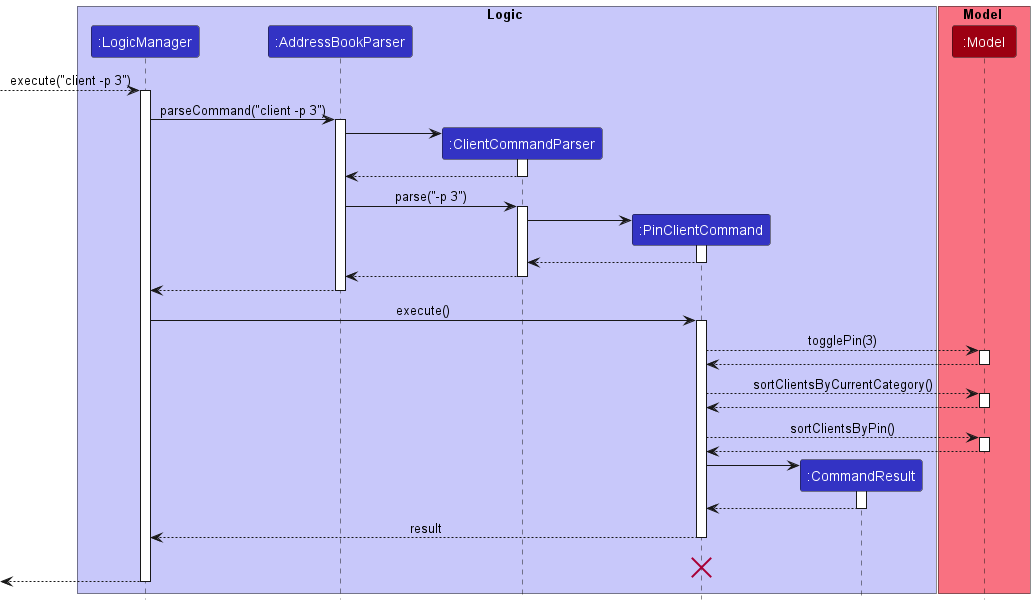
This is docs/images/PinSequenceDiagram.png from nus-cs2103-AY2223S1/tp, a PlantUML export, as it was before one commit. Its diagram source:
```plantuml
@startuml
!include style.puml

box Logic LOGIC_COLOR_T1
participant ":LogicManager" as LogicManager LOGIC_COLOR
participant ":AddressBookParser" as AddressBookParser LOGIC_COLOR
participant ":ClientCommandParser" as ClientCommandParser LOGIC_COLOR
participant ":PinClientCommand" as PinClientCommand LOGIC_COLOR
participant ":CommandResult" as CommandResult LOGIC_COLOR
end box

box Model MODEL_COLOR_T1
participant ":Model" as Model MODEL_COLOR
end box

--> LogicManager : execute("client -p 3")
activate LogicManager

LogicManager -> AddressBookParser : parseCommand("client -p 3")
activate AddressBookParser

create ClientCommandParser
AddressBookParser -> ClientCommandParser
activate ClientCommandParser
ClientCommandParser --> AddressBookParser
deactivate ClientCommandParser
AddressBookParser -> ClientCommandParser : parse("-p 3")
activate ClientCommandParser

create PinClientCommand
ClientCommandParser -> PinClientCommand
activate PinClientCommand

PinClientCommand --> ClientCommandParser
deactivate PinClientCommand

ClientCommandParser --> AddressBookParser
deactivate ClientCommandParser

AddressBookParser --> LogicManager
deactivate AddressBookParser

LogicManager -> PinClientCommand : execute()
activate PinClientCommand

PinClientCommand --> Model : togglePin(3)
activate Model

Model --> PinClientCommand
deactivate Model

PinClientCommand --> Model : sortClientsByCurrentCategory()
activate Model

Model --> PinClientCommand
deactivate Model

PinClientCommand --> Model : sortClientsByPin()
activate Model

Model --> PinClientCommand
deactivate Model

create CommandResult
PinClientCommand -> CommandResult
activate CommandResult

CommandResult --> PinClientCommand
deactivate CommandResult

PinClientCommand --> LogicManager : result
deactivate PinClientCommand

PinClientCommand -[hidden]-> LogicManager : result
destroy PinClientCommand

[<--LogicManager
deactivate LogicManager
@enduml
```
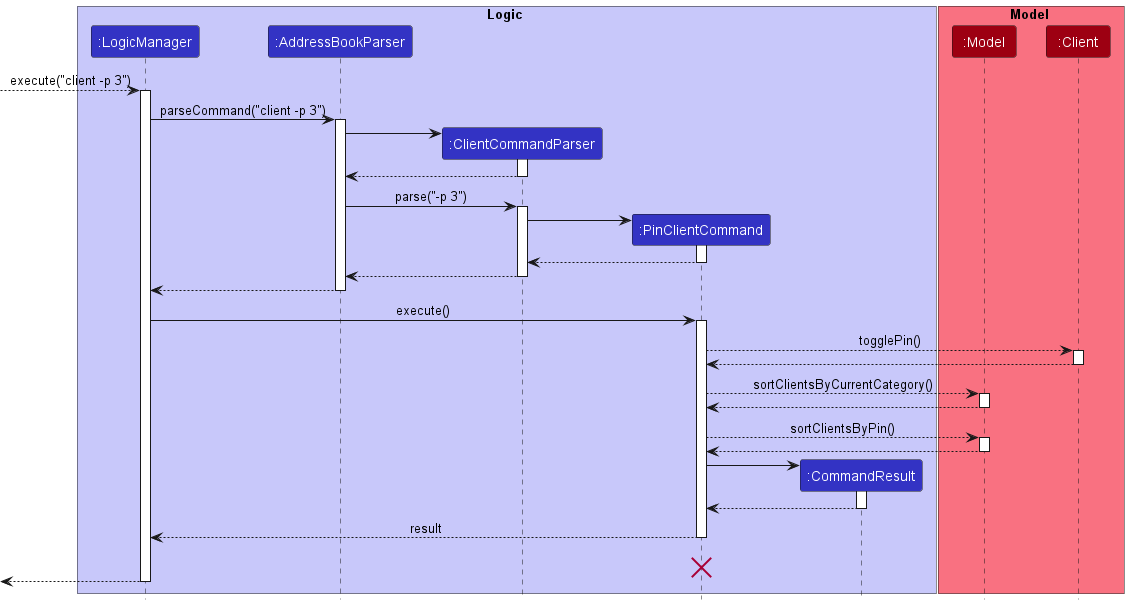
The same file after the commit.

The edit, as a diff of the source:
```diff
@@ -11,6 +11,7 @@
 
 box Model MODEL_COLOR_T1
 participant ":Model" as Model MODEL_COLOR
+participant ":Client" as Client MODEL_COLOR
 end box
 
 --> LogicManager : execute("client -p 3")
@@ -43,11 +44,11 @@
 LogicManager -> PinClientCommand : execute()
 activate PinClientCommand
 
-PinClientCommand --> Model : togglePin(3)
-activate Model
+PinClientCommand --> Client : togglePin()
+activate Client
 
-Model --> PinClientCommand
-deactivate Model
+Client --> PinClientCommand
+deactivate Client
 
 PinClientCommand --> Model : sortClientsByCurrentCategory()
 activate Model
```
